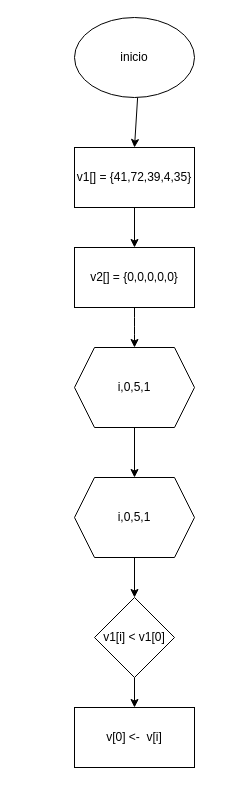
Earlier version of the draw.io diagram EX_TPA_VETOR__FLUXOS/EX_TPA_VETOR_12.dio (xgheter/EXERCICIOS_C). Source tidied: cells renumbered, new cells numbered last; positions are measured from the earlier drawing's top-left corner, leaving out a move shared by most shapes. Both pictures are drawn from the tidied source at 100%, with x=0, y=0 at pixel (74, 17).
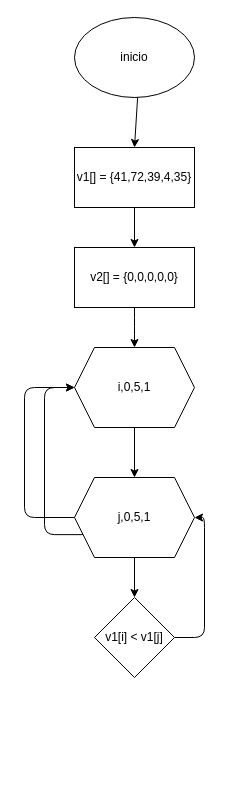
The same diagram, later.

Diff of the diagram source:
```diff
@@
 <mxGraphModel>
   <root>
     <mxCell id="0" />
     <mxCell id="1" parent="0" />
     <mxCell id="2" style="edgeStyle=none;html=1;" parent="1" edge="1" source="3" target="5">
       <mxGeometry relative="1" as="geometry" />
     </mxCell>
     <mxCell id="3" value="inicio" style="ellipse;whiteSpace=wrap;html=1;" parent="1" vertex="1">
       <mxGeometry width="120" height="80" as="geometry" />
     </mxCell>
     <mxCell id="4" style="edgeStyle=none;html=1;" parent="1" edge="1" source="5" target="7">
       <mxGeometry relative="1" as="geometry" />
     </mxCell>
     <mxCell id="5" value="v1[] = {41,72,39,4,35}" style="whiteSpace=wrap;html=1;" parent="1" vertex="1">
       <mxGeometry y="130" width="120" height="60" as="geometry" />
     </mxCell>
     <mxCell id="6" style="edgeStyle=elbowEdgeStyle;html=1;" parent="1" edge="1" source="7" target="9">
       <mxGeometry relative="1" as="geometry" />
     </mxCell>
     <mxCell id="7" value="v2[] = {0,0,0,0,0}" style="whiteSpace=wrap;html=1;" parent="1" vertex="1">
       <mxGeometry y="230" width="120" height="60" as="geometry" />
     </mxCell>
     <mxCell id="8" style="edgeStyle=none;html=1;" parent="1" edge="1" source="9" target="11">
       <mxGeometry relative="1" as="geometry" />
     </mxCell>
     <mxCell id="9" value="i,0,5,1" style="shape=hexagon;perimeter=hexagonPerimeter2;whiteSpace=wrap;html=1;fixedSize=1;" parent="1" vertex="1">
       <mxGeometry y="330" width="120" height="80" as="geometry" />
     </mxCell>
     <mxCell id="10" style="edgeStyle=none;html=1;" parent="1" edge="1" source="11" target="13">
       <mxGeometry relative="1" as="geometry" />
     </mxCell>
+    <mxCell id="15" style="edgeStyle=elbowEdgeStyle;html=1;exitX=0;exitY=0.75;exitDx=0;exitDy=0;entryX=0;entryY=0.5;entryDx=0;entryDy=0;" parent="1" edge="1" source="11" target="9">
+      <mxGeometry relative="1" as="geometry">
+        <Array as="points">
+          <mxPoint x="-30" y="450" />
+        </Array>
+      </mxGeometry>
+    </mxCell>
+    <mxCell id="16" style="edgeStyle=elbowEdgeStyle;html=1;exitX=0;exitY=0.5;exitDx=0;exitDy=0;entryX=0;entryY=0.5;entryDx=0;entryDy=0;" parent="1" edge="1" source="11" target="9">
+      <mxGeometry relative="1" as="geometry">
+        <Array as="points">
+          <mxPoint x="-50" y="430" />
+        </Array>
+      </mxGeometry>
+    </mxCell>
-    <mxCell id="11" value="i,0,5,1" style="shape=hexagon;perimeter=hexagonPerimeter2;whiteSpace=wrap;html=1;fixedSize=1;" parent="1" vertex="1">
+    <mxCell id="11" value="j,0,5,1" style="shape=hexagon;perimeter=hexagonPerimeter2;whiteSpace=wrap;html=1;fixedSize=1;" parent="1" vertex="1">
       <mxGeometry y="460" width="120" height="80" as="geometry" />
     </mxCell>
-    <mxCell id="12" style="edgeStyle=none;html=1;" parent="1" edge="1" source="13" target="14">
-      <mxGeometry relative="1" as="geometry" />
-    </mxCell>
+    <mxCell id="17" style="edgeStyle=elbowEdgeStyle;html=1;exitX=1;exitY=0.5;exitDx=0;exitDy=0;entryX=1;entryY=0.5;entryDx=0;entryDy=0;" parent="1" edge="1" source="13" target="11">
+      <mxGeometry relative="1" as="geometry">
+        <Array as="points">
+          <mxPoint x="130" y="560" />
+        </Array>
+      </mxGeometry>
+    </mxCell>
-    <mxCell id="13" value="v1[i] &amp;lt; v1[0]" style="rhombus;whiteSpace=wrap;html=1;" parent="1" vertex="1">
+    <mxCell id="13" value="v1[i] &amp;lt; v1[j]" style="rhombus;whiteSpace=wrap;html=1;" parent="1" vertex="1">
       <mxGeometry x="20" y="580" width="80" height="80" as="geometry" />
     </mxCell>
-    <mxCell id="14" value="v[0] &amp;lt;-&amp;nbsp; v[i]" style="whiteSpace=wrap;html=1;" parent="1" vertex="1">
-      <mxGeometry y="690" width="120" height="60" as="geometry" />
-    </mxCell>
   </root>
 </mxGraphModel>
```
